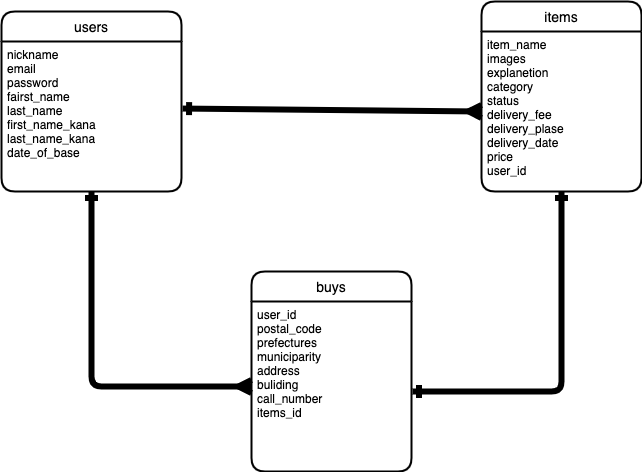
This is table.png from mozu888/furima-37230, a draw.io export, as it was before one commit. Source tidied: cells renumbered, new cells last; positions are measured from the earlier drawing's top-left corner, leaving out a move shared by most shapes. Source of this version:
```xml
<mxGraphModel>
  <root>
    <mxCell id="0" />
    <mxCell id="1" parent="0" />
    <mxCell id="2" value="items" style="swimlane;horizontal=1;startSize=30;rounded=1;fontSize=14;fontStyle=0;strokeWidth=2;shadow=0;dashed=0;align=center;" parent="1" vertex="1">
      <mxGeometry x="480" width="160" height="190" as="geometry" />
    </mxCell>
    <mxCell id="3" value="item_name&#10;images&#10;explanetion&#10;category&#10;status&#10;delivery_fee&#10;delivery_plase&#10;delivery_date&#10;price&#10;user_id" style="align=left;strokeColor=none;fillColor=none;spacingLeft=4;fontSize=12;verticalAlign=top;" parent="2" vertex="1">
      <mxGeometry y="30" width="160" height="160" as="geometry" />
    </mxCell>
    <mxCell id="4" style="edgeStyle=none;html=1;entryX=0;entryY=0.393;entryDx=0;entryDy=0;entryPerimeter=0;strokeWidth=4;strokeColor=none;startArrow=ERmandOne;startFill=0;" parent="1" edge="1" source="5" target="3">
      <mxGeometry relative="1" as="geometry" />
    </mxCell>
    <mxCell id="5" value="users" style="swimlane;horizontal=1;startSize=30;rounded=1;fontSize=14;fontStyle=0;strokeWidth=2;shadow=0;dashed=0;align=center;" parent="1" vertex="1">
      <mxGeometry y="10" width="180" height="180" as="geometry" />
    </mxCell>
    <mxCell id="6" value="nickname&#10;email&#10;password&#10;fairst_name&#10;last_name&#10;first_name_kana&#10;last_name_kana&#10;date_of_base" style="align=left;strokeColor=none;fillColor=none;spacingLeft=4;fontSize=12;verticalAlign=top;" parent="5" vertex="1">
      <mxGeometry y="30" width="180" height="150" as="geometry" />
    </mxCell>
    <mxCell id="7" value="buys" style="swimlane;horizontal=1;startSize=30;rounded=1;fontSize=14;fontStyle=0;strokeWidth=2;shadow=0;dashed=0;align=center;" parent="1" vertex="1">
      <mxGeometry x="250" y="270" width="160" height="200" as="geometry" />
    </mxCell>
    <mxCell id="8" value="user_id&#10;postal_code&#10;prefectures&#10;municiparity&#10;address&#10;buliding&#10;call_number&#10;items_id" style="align=left;strokeColor=none;fillColor=none;spacingLeft=4;fontSize=12;verticalAlign=top;" parent="7" vertex="1">
      <mxGeometry y="30" width="160" height="170" as="geometry" />
    </mxCell>
    <mxCell id="9" style="edgeStyle=none;html=1;entryX=0;entryY=0.5;entryDx=0;entryDy=0;startArrow=ERone;startFill=0;strokeWidth=6;endArrow=ERmany;endFill=0;rounded=1;jumpSize=6;endSize=6;targetPerimeterSpacing=0;exitX=1.006;exitY=0.447;exitDx=0;exitDy=0;exitPerimeter=0;" parent="1" edge="1" source="6" target="3">
      <mxGeometry relative="1" as="geometry" />
    </mxCell>
    <mxCell id="10" style="edgeStyle=orthogonalEdgeStyle;rounded=1;jumpSize=6;html=1;exitX=0.5;exitY=1;exitDx=0;exitDy=0;startArrow=ERone;startFill=0;endArrow=ERmany;endFill=0;endSize=6;targetPerimeterSpacing=0;strokeWidth=6;entryX=0;entryY=0.5;entryDx=0;entryDy=0;" parent="1" edge="1" source="6" target="8">
      <mxGeometry relative="1" as="geometry" />
    </mxCell>
    <mxCell id="11" style="edgeStyle=orthogonalEdgeStyle;rounded=1;jumpSize=6;html=1;exitX=0.5;exitY=1;exitDx=0;exitDy=0;startArrow=ERone;startFill=0;endArrow=ERone;endFill=0;endSize=6;targetPerimeterSpacing=0;strokeWidth=6;" parent="1" edge="1" source="3">
      <mxGeometry relative="1" as="geometry">
        <mxPoint x="411" y="390" as="targetPoint" />
        <Array as="points">
          <mxPoint x="560" y="390" />
          <mxPoint x="411" y="390" />
        </Array>
      </mxGeometry>
    </mxCell>
  </root>
</mxGraphModel>
```
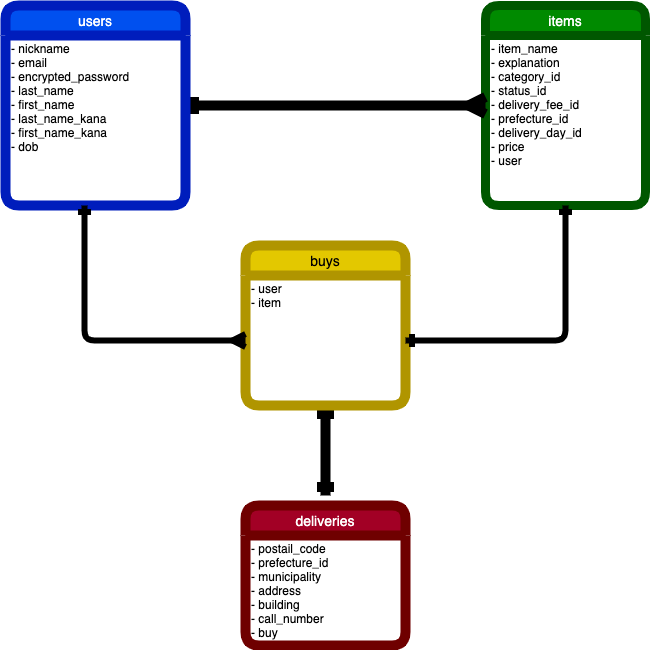
Above is the later version.

What changed in the source:
```diff
@@ -2,41 +2,55 @@
   <root>
     <mxCell id="0" />
     <mxCell id="1" parent="0" />
-    <mxCell id="2" value="items" style="swimlane;horizontal=1;startSize=30;rounded=1;fontSize=14;fontStyle=0;strokeWidth=2;shadow=0;dashed=0;align=center;" parent="1" vertex="1">
-      <mxGeometry x="480" width="160" height="190" as="geometry" />
+    <mxCell id="2" value="items" style="swimlane;horizontal=1;startSize=30;rounded=1;fontSize=14;fontStyle=0;strokeWidth=9;shadow=0;dashed=0;align=center;fillColor=#008a00;strokeColor=#005700;fontColor=#ffffff;" parent="1" vertex="1">
+      <mxGeometry x="490" y="30" width="160" height="200" as="geometry" />
     </mxCell>
-    <mxCell id="3" value="item_name&#10;images&#10;explanetion&#10;category&#10;status&#10;delivery_fee&#10;delivery_plase&#10;delivery_date&#10;price&#10;user_id" style="align=left;strokeColor=none;fillColor=none;spacingLeft=4;fontSize=12;verticalAlign=top;" parent="2" vertex="1">
-      <mxGeometry y="30" width="160" height="160" as="geometry" />
+    <mxCell id="3" value="- item_name&#10;- explanation&#10;- category_id&#10;- status_id&#10;- delivery_fee_id&#10;- prefecture_id&#10;- delivery_day_id&#10;- price&#10;- user" style="align=left;strokeColor=none;fillColor=none;spacingLeft=4;fontSize=12;verticalAlign=top;" parent="2" vertex="1">
+      <mxGeometry y="30" width="160" height="170" as="geometry" />
     </mxCell>
     <mxCell id="4" style="edgeStyle=none;html=1;entryX=0;entryY=0.393;entryDx=0;entryDy=0;entryPerimeter=0;strokeWidth=4;strokeColor=none;startArrow=ERmandOne;startFill=0;" parent="1" edge="1" source="5" target="3">
       <mxGeometry relative="1" as="geometry" />
     </mxCell>
+    <mxCell id="12" style="edgeStyle=orthogonalEdgeStyle;rounded=0;jumpSize=6;html=1;startArrow=ERone;startFill=0;endArrow=ERmany;endFill=0;endSize=6;targetPerimeterSpacing=0;strokeWidth=10;" parent="1" edge="1" source="5">
+      <mxGeometry relative="1" as="geometry">
+        <mxPoint x="490" y="130" as="targetPoint" />
+        <Array as="points">
+          <mxPoint x="490" y="130" />
+        </Array>
+      </mxGeometry>
+    </mxCell>
-    <mxCell id="5" value="users" style="swimlane;horizontal=1;startSize=30;rounded=1;fontSize=14;fontStyle=0;strokeWidth=2;shadow=0;dashed=0;align=center;" parent="1" vertex="1">
-      <mxGeometry y="10" width="180" height="180" as="geometry" />
+    <mxCell id="5" value="users" style="swimlane;horizontal=1;startSize=30;rounded=1;fontSize=14;fontStyle=0;strokeWidth=10;shadow=0;dashed=0;align=center;fillColor=#0050ef;strokeColor=#001DBC;fontColor=#ffffff;" parent="1" vertex="1">
+      <mxGeometry x="10" y="30" width="180" height="200" as="geometry" />
     </mxCell>
-    <mxCell id="6" value="nickname&#10;email&#10;password&#10;fairst_name&#10;last_name&#10;first_name_kana&#10;last_name_kana&#10;date_of_base" style="align=left;strokeColor=none;fillColor=none;spacingLeft=4;fontSize=12;verticalAlign=top;" parent="5" vertex="1">
-      <mxGeometry y="30" width="180" height="150" as="geometry" />
+    <mxCell id="6" value="- nickname&#10;- email&#10;- encrypted_password&#10;- last_name&#10;- first_name&#10;- last_name_kana&#10;- first_name_kana&#10;- dob" style="align=left;strokeColor=none;fillColor=none;spacingLeft=4;fontSize=12;verticalAlign=top;" parent="5" vertex="1">
+      <mxGeometry y="30" width="180" height="170" as="geometry" />
     </mxCell>
+    <mxCell id="13" style="edgeStyle=orthogonalEdgeStyle;rounded=0;jumpSize=6;html=1;startArrow=ERone;startFill=0;endArrow=ERone;endFill=0;endSize=6;targetPerimeterSpacing=0;strokeWidth=10;" parent="1" edge="1" source="7">
+      <mxGeometry relative="1" as="geometry">
+        <mxPoint x="330" y="520" as="targetPoint" />
+      </mxGeometry>
+    </mxCell>
-    <mxCell id="7" value="buys" style="swimlane;horizontal=1;startSize=30;rounded=1;fontSize=14;fontStyle=0;strokeWidth=2;shadow=0;dashed=0;align=center;" parent="1" vertex="1">
-      <mxGeometry x="250" y="270" width="160" height="200" as="geometry" />
+    <mxCell id="7" value="buys" style="swimlane;horizontal=1;startSize=30;rounded=1;fontSize=14;fontStyle=0;strokeWidth=10;shadow=0;dashed=0;align=center;fillColor=#e3c800;strokeColor=#B09500;fontColor=#000000;" parent="1" vertex="1">
+      <mxGeometry x="250" y="270" width="160" height="160" as="geometry" />
     </mxCell>
-    <mxCell id="8" value="user_id&#10;postal_code&#10;prefectures&#10;municiparity&#10;address&#10;buliding&#10;call_number&#10;items_id" style="align=left;strokeColor=none;fillColor=none;spacingLeft=4;fontSize=12;verticalAlign=top;" parent="7" vertex="1">
-      <mxGeometry y="30" width="160" height="170" as="geometry" />
+    <mxCell id="8" value="- user&#10;- item" style="align=left;strokeColor=none;fillColor=none;spacingLeft=4;fontSize=12;verticalAlign=top;" parent="7" vertex="1">
+      <mxGeometry y="30" width="160" height="130" as="geometry" />
     </mxCell>
-    <mxCell id="9" style="edgeStyle=none;html=1;entryX=0;entryY=0.5;entryDx=0;entryDy=0;startArrow=ERone;startFill=0;strokeWidth=6;endArrow=ERmany;endFill=0;rounded=1;jumpSize=6;endSize=6;targetPerimeterSpacing=0;exitX=1.006;exitY=0.447;exitDx=0;exitDy=0;exitPerimeter=0;" parent="1" edge="1" source="6" target="3">
-      <mxGeometry relative="1" as="geometry" />
-    </mxCell>
-    <mxCell id="10" style="edgeStyle=orthogonalEdgeStyle;rounded=1;jumpSize=6;html=1;exitX=0.5;exitY=1;exitDx=0;exitDy=0;startArrow=ERone;startFill=0;endArrow=ERmany;endFill=0;endSize=6;targetPerimeterSpacing=0;strokeWidth=6;entryX=0;entryY=0.5;entryDx=0;entryDy=0;" parent="1" edge="1" source="6" target="8">
+    <mxCell id="10" style="edgeStyle=orthogonalEdgeStyle;rounded=1;jumpSize=6;html=1;exitX=0.439;exitY=1;exitDx=0;exitDy=0;startArrow=ERone;startFill=0;endArrow=ERmany;endFill=0;endSize=6;targetPerimeterSpacing=0;strokeWidth=6;entryX=0;entryY=0.5;entryDx=0;entryDy=0;exitPerimeter=0;" parent="1" edge="1" source="6" target="8">
       <mxGeometry relative="1" as="geometry" />
     </mxCell>
-    <mxCell id="11" style="edgeStyle=orthogonalEdgeStyle;rounded=1;jumpSize=6;html=1;exitX=0.5;exitY=1;exitDx=0;exitDy=0;startArrow=ERone;startFill=0;endArrow=ERone;endFill=0;endSize=6;targetPerimeterSpacing=0;strokeWidth=6;" parent="1" edge="1" source="3">
+    <mxCell id="11" style="edgeStyle=orthogonalEdgeStyle;rounded=1;jumpSize=6;html=1;exitX=0.5;exitY=1;exitDx=0;exitDy=0;startArrow=ERone;startFill=0;endArrow=ERone;endFill=0;endSize=6;targetPerimeterSpacing=0;strokeWidth=6;entryX=1;entryY=0.5;entryDx=0;entryDy=0;" parent="1" edge="1" source="3" target="8">
       <mxGeometry relative="1" as="geometry">
-        <mxPoint x="411" y="390" as="targetPoint" />
         <Array as="points">
-          <mxPoint x="560" y="390" />
-          <mxPoint x="411" y="390" />
+          <mxPoint x="570" y="365" />
         </Array>
       </mxGeometry>
     </mxCell>
+    <mxCell id="14" value="deliveries" style="swimlane;horizontal=1;startSize=30;rounded=1;fontSize=14;fontStyle=0;strokeWidth=10;shadow=0;dashed=0;align=center;fillColor=#a20025;strokeColor=#6F0000;fontColor=#ffffff;" parent="1" vertex="1">
+      <mxGeometry x="250" y="530" width="160" height="140" as="geometry" />
+    </mxCell>
+    <mxCell id="15" value="- postail_code&#10;- prefecture_id&#10;- municipality&#10;- address&#10;- building&#10;- call_number&#10;- buy" style="align=left;strokeColor=none;fillColor=none;spacingLeft=4;fontSize=12;verticalAlign=top;" parent="14" vertex="1">
+      <mxGeometry y="30" width="160" height="110" as="geometry" />
+    </mxCell>
   </root>
 </mxGraphModel>
```
